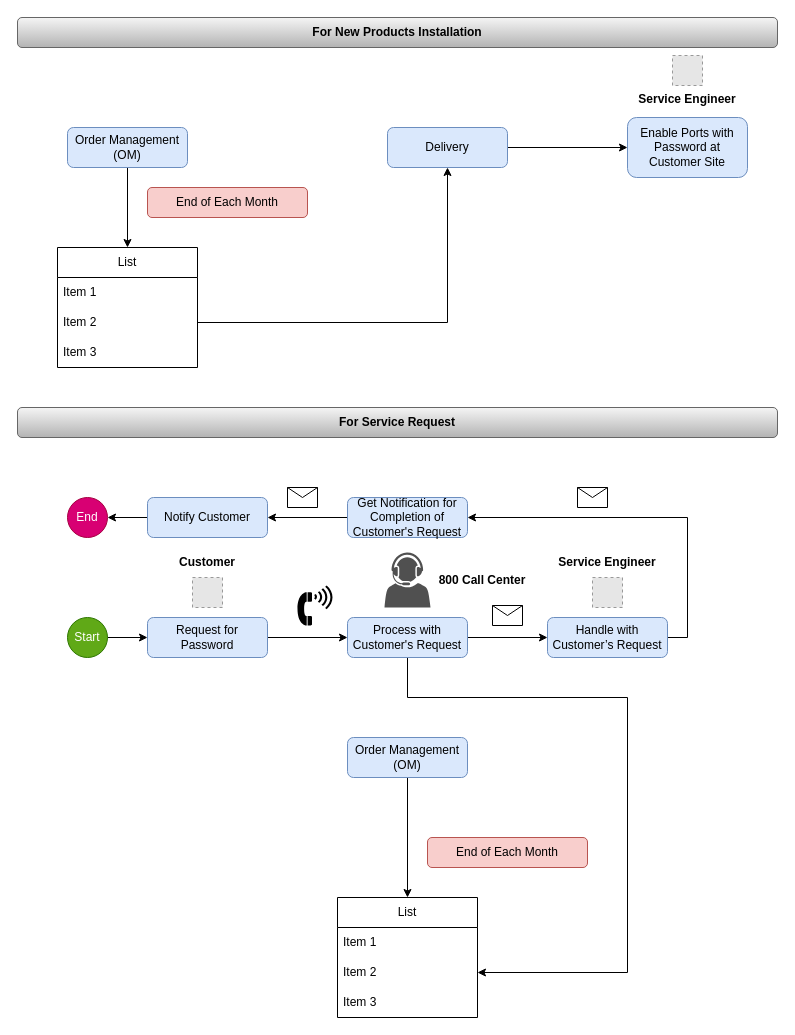
Tronelectronics/drawio keeps this draw.io diagram as Data Access Management Process.drawio. Above is the earlier version. Source tidied: cells renumbered, new cells numbered last; positions are measured from the earlier drawing's top-left corner, leaving out a move shared by most shapes. Both pictures are drawn from the tidied source at 100%, with x=0, y=0 at pixel (17, 17). Pictures stored in the file or linked from it are replaced by grey dashed boxes.
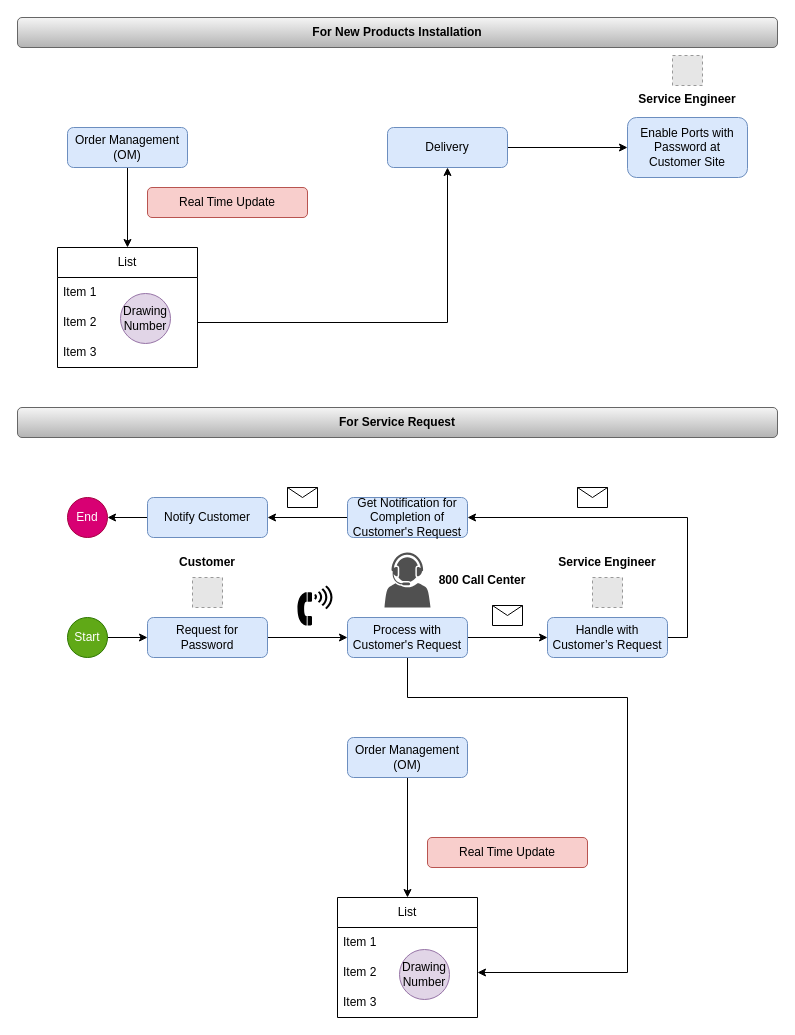
The same diagram, later.

Change to the diagram source:
```diff
@@
-    <mxCell id="30" value="End of Each Month" style="text;html=1;strokeColor=#b85450;fillColor=#f8cecc;align=center;verticalAlign=middle;whiteSpace=wrap;rounded=1;" parent="1" vertex="1">
+    <mxCell id="30" value="Real Time Update" style="text;html=1;strokeColor=#b85450;fillColor=#f8cecc;align=center;verticalAlign=middle;whiteSpace=wrap;rounded=1;" parent="1" vertex="1">
       <mxGeometry x="130" y="170" width="160" height="30" as="geometry" />
     </mxCell>
@@
-    <mxCell id="41" value="End of Each Month" style="text;html=1;strokeColor=#b85450;fillColor=#f8cecc;align=center;verticalAlign=middle;whiteSpace=wrap;rounded=1;" parent="1" vertex="1">
+    <mxCell id="41" value="Real Time Update" style="text;html=1;strokeColor=#b85450;fillColor=#f8cecc;align=center;verticalAlign=middle;whiteSpace=wrap;rounded=1;" parent="1" vertex="1">
       <mxGeometry x="410" y="820" width="160" height="30" as="geometry" />
     </mxCell>
@@
+    <mxCell id="48" value="Drawing Number" style="ellipse;whiteSpace=wrap;html=1;fillColor=#e1d5e7;strokeColor=#9673a6;" parent="1" vertex="1">
+      <mxGeometry x="103" y="276" width="50" height="50" as="geometry" />
+    </mxCell>
+    <mxCell id="49" value="Drawing Number" style="ellipse;whiteSpace=wrap;html=1;fillColor=#e1d5e7;strokeColor=#9673a6;" parent="1" vertex="1">
+      <mxGeometry x="382" y="932" width="50" height="50" as="geometry" />
+    </mxCell>
```
